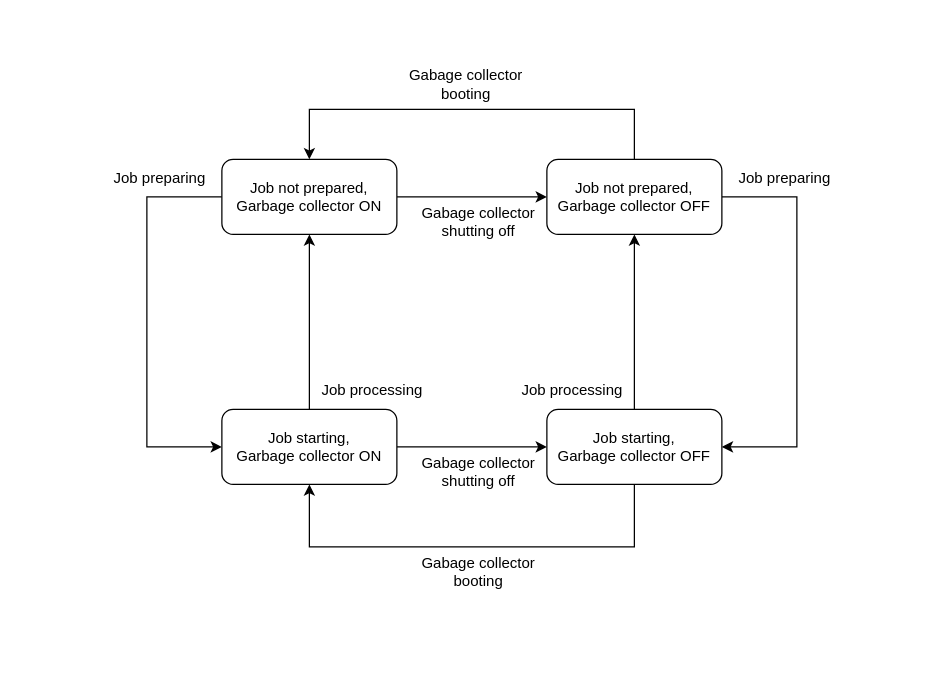
Before: A08/A08.drawio in TiaSirio/Performance-Evaluation, a draw.io diagram. Source tidied: cells renumbered, new cells numbered last; positions are measured from the earlier drawing's top-left corner, leaving out a move shared by most shapes. Both pictures are drawn from the tidied source at 125%, with x=0, y=0 at pixel (96, 59).
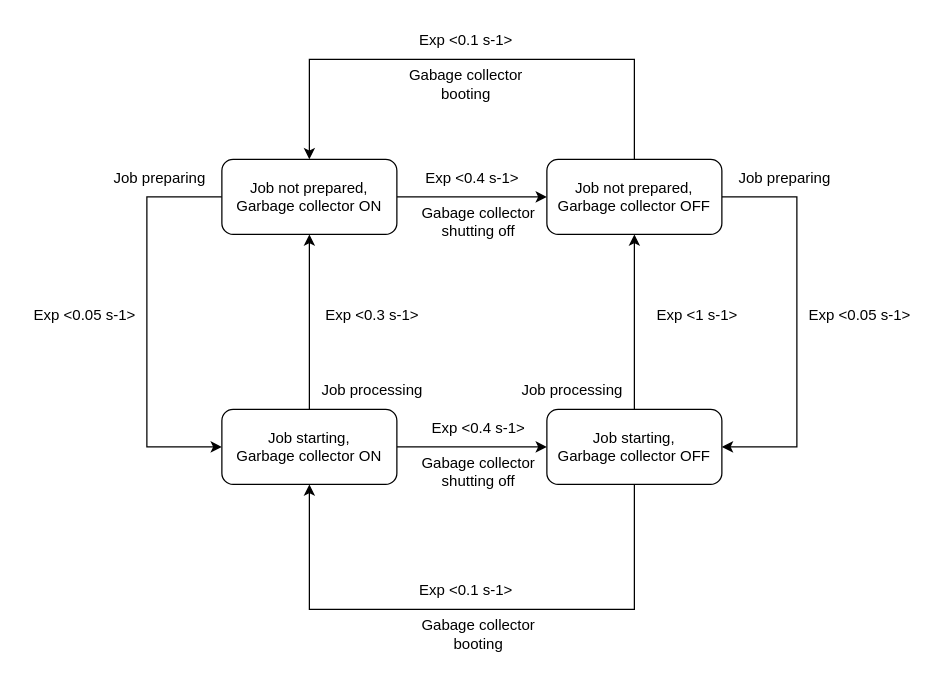
After the change.

The change refers to these unchanged cells:
```xml
<mxCell id="4" value="Job not prepared,&lt;br&gt;Garbage collector ON" style="rounded=1;whiteSpace=wrap;html=1;" parent="1" vertex="1">
  <mxGeometry x="100" y="80" width="140" height="60" as="geometry" />
</mxCell>
<mxCell id="7" value="Job not prepared,&lt;br&gt;Garbage collector OFF" style="whiteSpace=wrap;html=1;rounded=1;" parent="1" vertex="1">
  <mxGeometry x="360" y="80" width="140" height="60" as="geometry" />
</mxCell>
<mxCell id="10" value="Job starting,&lt;br&gt;Garbage collector ON" style="rounded=1;whiteSpace=wrap;html=1;" parent="1" vertex="1">
  <mxGeometry x="100" y="280" width="140" height="60" as="geometry" />
</mxCell>
<mxCell id="13" value="Job starting,&lt;br&gt;Garbage collector OFF" style="whiteSpace=wrap;html=1;rounded=1;" parent="1" vertex="1">
  <mxGeometry x="360" y="280" width="140" height="60" as="geometry" />
</mxCell>
```

Diff of the diagram source:
```diff
@@
     <mxCell id="5" style="edgeStyle=orthogonalEdgeStyle;rounded=0;jettySize=auto;html=1;" parent="1" edge="1" source="7" target="4">
       <mxGeometry relative="1" as="geometry">
         <Array as="points">
-          <mxPoint x="430" y="40" />
-          <mxPoint x="170" y="40" />
+          <mxPoint x="430" />
+          <mxPoint x="170" />
         </Array>
       </mxGeometry>
     </mxCell>
@@
     <mxCell id="11" style="edgeStyle=orthogonalEdgeStyle;rounded=0;jettySize=auto;html=1;" parent="1" edge="1" source="13" target="10">
       <mxGeometry relative="1" as="geometry">
         <Array as="points">
-          <mxPoint x="430" y="390" />
-          <mxPoint x="170" y="390" />
+          <mxPoint x="430" y="440" />
+          <mxPoint x="170" y="440" />
         </Array>
       </mxGeometry>
     </mxCell>
@@
     <mxCell id="20" value="Gabage collector&lt;br&gt;booting" style="text;html=1;align=center;verticalAlign=middle;strokeColor=none;fillColor=none;" parent="1" vertex="1">
-      <mxGeometry x="250" y="390" width="110" height="40" as="geometry" />
+      <mxGeometry x="250" y="440" width="110" height="40" as="geometry" />
     </mxCell>
@@
+    <mxCell id="22" value="Exp &amp;lt;0.05 s-1&amp;gt;" style="text;html=1;align=center;verticalAlign=middle;strokeColor=none;fillColor=none;" parent="1" vertex="1">
+      <mxGeometry x="-60" y="190" width="100" height="30" as="geometry" />
+    </mxCell>
+    <mxCell id="23" value="Exp &amp;lt;0.05 s-1&amp;gt;" style="text;html=1;align=center;verticalAlign=middle;strokeColor=none;fillColor=none;" parent="1" vertex="1">
+      <mxGeometry x="560" y="190" width="100" height="30" as="geometry" />
+    </mxCell>
+    <mxCell id="24" value="Exp &amp;lt;0.3 s-1&amp;gt;" style="text;html=1;align=center;verticalAlign=middle;strokeColor=none;fillColor=none;" parent="1" vertex="1">
+      <mxGeometry x="170" y="190" width="100" height="30" as="geometry" />
+    </mxCell>
+    <mxCell id="25" value="Exp &amp;lt;1 s-1&amp;gt;" style="text;html=1;align=center;verticalAlign=middle;strokeColor=none;fillColor=none;" parent="1" vertex="1">
+      <mxGeometry x="435" y="190" width="90" height="30" as="geometry" />
+    </mxCell>
+    <mxCell id="26" value="Exp &amp;lt;0.1 s-1&amp;gt;" style="text;html=1;align=center;verticalAlign=middle;strokeColor=none;fillColor=none;" parent="1" vertex="1">
+      <mxGeometry x="245" y="-30" width="100" height="30" as="geometry" />
+    </mxCell>
+    <mxCell id="27" value="Exp &amp;lt;0.1 s-1&amp;gt;" style="text;html=1;align=center;verticalAlign=middle;strokeColor=none;fillColor=none;" parent="1" vertex="1">
+      <mxGeometry x="245" y="410" width="100" height="30" as="geometry" />
+    </mxCell>
+    <mxCell id="28" value="Exp &amp;lt;0.4 s-1&amp;gt;" style="text;html=1;align=center;verticalAlign=middle;strokeColor=none;fillColor=none;" parent="1" vertex="1">
+      <mxGeometry x="250" y="80" width="100" height="30" as="geometry" />
+    </mxCell>
+    <mxCell id="29" value="Exp &amp;lt;0.4 s-1&amp;gt;" style="text;html=1;align=center;verticalAlign=middle;strokeColor=none;fillColor=none;" parent="1" vertex="1">
+      <mxGeometry x="255" y="280" width="100" height="30" as="geometry" />
+    </mxCell>
```
